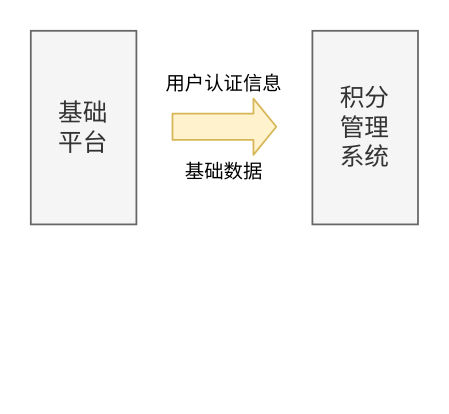
Before: Points outter.drawio in SotoLish/diagrams, a draw.io diagram. Source tidied: cells renumbered, new cells numbered last; positions are measured from the earlier drawing's top-left corner, leaving out a move shared by most shapes. Both pictures are drawn from the tidied source at 176%, with x=0, y=0 at pixel (30, 30).
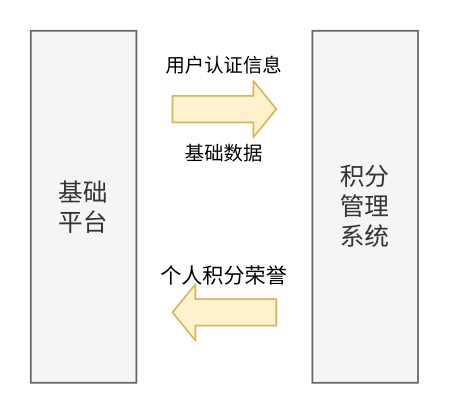
The same diagram, later.

Diff of the diagram source:
```diff
@@
 <mxGraphModel>
   <root>
     <mxCell id="0" />
     <mxCell id="1" parent="0" />
     <mxCell id="2" value="&lt;font style=&quot;font-size: 14px&quot;&gt;基础&lt;br&gt;平台&lt;/font&gt;" style="rounded=0;whiteSpace=wrap;html=1;fillColor=#f5f5f5;strokeColor=#666666;fontColor=#333333;" parent="1" vertex="1">
-      <mxGeometry width="60" height="110" as="geometry" />
+      <mxGeometry width="60" height="200" as="geometry" />
     </mxCell>
     <mxCell id="3" value="&lt;span style=&quot;font-size: 14px&quot;&gt;积分&lt;br&gt;管理&lt;br&gt;系统&lt;/span&gt;" style="rounded=0;whiteSpace=wrap;html=1;fillColor=#f5f5f5;strokeColor=#666666;fontColor=#333333;" parent="1" vertex="1">
-      <mxGeometry x="160" width="60" height="110" as="geometry" />
+      <mxGeometry x="160" width="60" height="200" as="geometry" />
     </mxCell>
     <mxCell id="4" style="shape=flexArrow;endArrow=classic;html=1;width=15;endSize=4;fillColor=#fff2cc;strokeColor=#d6b656;endWidth=16;" parent="1" edge="1">
       <mxGeometry relative="1" as="geometry">
-        <mxPoint x="80" y="54.5" as="sourcePoint" />
-        <mxPoint x="140" y="54.5" as="targetPoint" />
+        <mxPoint x="80" y="44.5" as="sourcePoint" />
+        <mxPoint x="140" y="44.5" as="targetPoint" />
       </mxGeometry>
     </mxCell>
     <mxCell id="5" value="&lt;span style=&quot;font-size: 11px ; background-color: rgb(255 , 255 , 255)&quot;&gt;用户认证信息&lt;/span&gt;" style="text;html=1;strokeColor=none;fillColor=none;align=center;verticalAlign=middle;whiteSpace=wrap;rounded=0;" parent="1" vertex="1">
-      <mxGeometry x="70" y="20" width="80" height="20" as="geometry" />
+      <mxGeometry x="70" y="10" width="80" height="20" as="geometry" />
     </mxCell>
     <mxCell id="6" value="&lt;span style=&quot;font-size: 11px ; background-color: rgb(255 , 255 , 255)&quot;&gt;基础数据&lt;/span&gt;" style="text;html=1;strokeColor=none;fillColor=none;align=center;verticalAlign=middle;whiteSpace=wrap;rounded=0;" parent="1" vertex="1">
-      <mxGeometry x="70" y="70" width="80" height="20" as="geometry" />
+      <mxGeometry x="70" y="60" width="80" height="20" as="geometry" />
     </mxCell>
+    <mxCell id="7" style="shape=flexArrow;endArrow=classic;html=1;width=15;endSize=4;fillColor=#fff2cc;strokeColor=#d6b656;endWidth=16;" parent="1" edge="1">
+      <mxGeometry relative="1" as="geometry">
+        <mxPoint x="140" y="160" as="sourcePoint" />
+        <mxPoint x="80" y="160" as="targetPoint" />
+      </mxGeometry>
+    </mxCell>
+    <mxCell id="8" value="个人积分荣誉" style="text;html=1;strokeColor=none;fillColor=none;align=center;verticalAlign=middle;whiteSpace=wrap;rounded=0;" parent="1" vertex="1">
+      <mxGeometry x="70" y="130" width="80" height="20" as="geometry" />
+    </mxCell>
   </root>
 </mxGraphModel>
```
